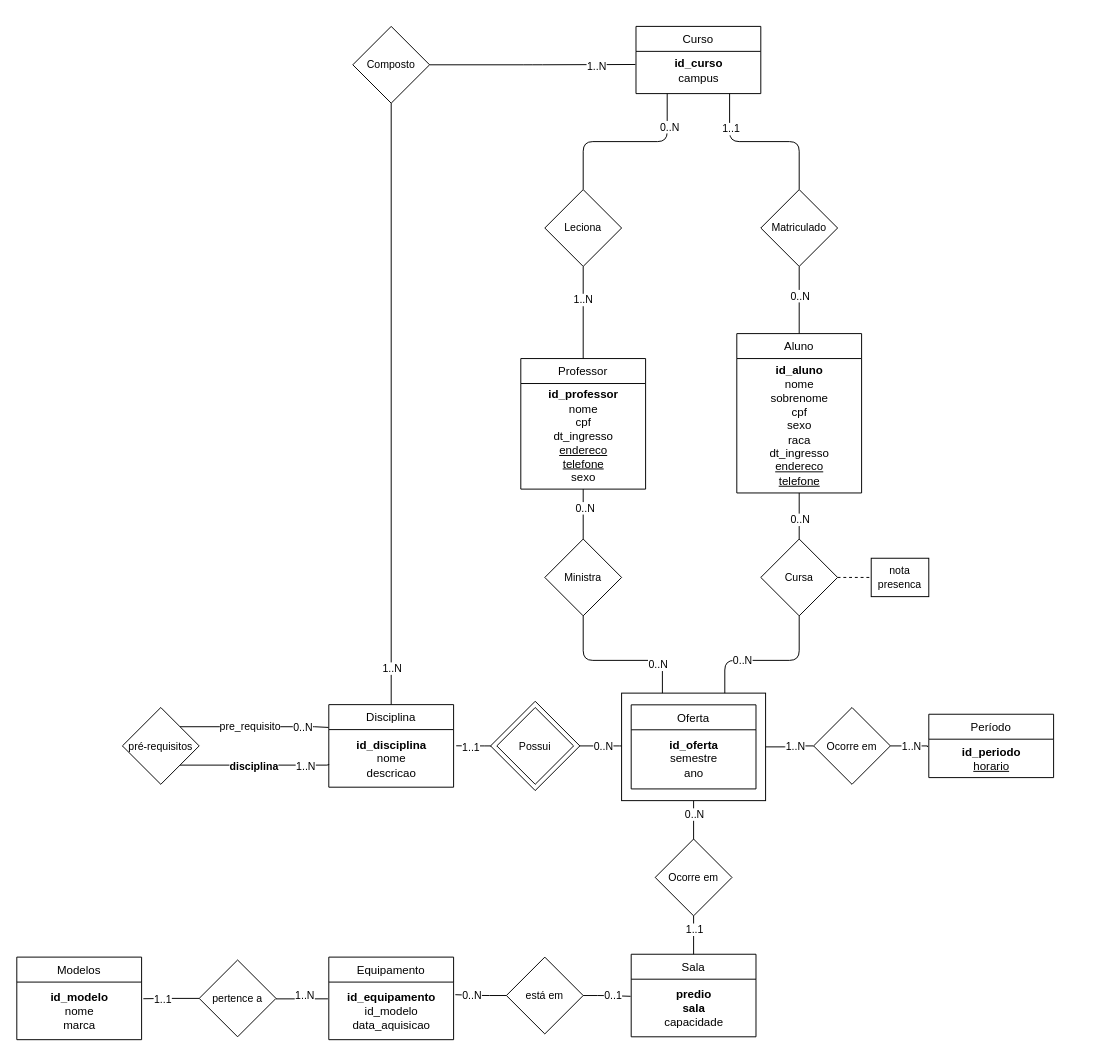
This is diagramas/src/modelo-entidade-relacional.drawio from lknupp/sistema-de-gestao-academico, a draw.io file, before an edit. Source tidied: cells renumbered, new cells numbered last; positions are measured from the earlier drawing's top-left corner, leaving out a move shared by most shapes. Both pictures are drawn from the tidied source at 96%, with x=0, y=0 at pixel (16, 26).
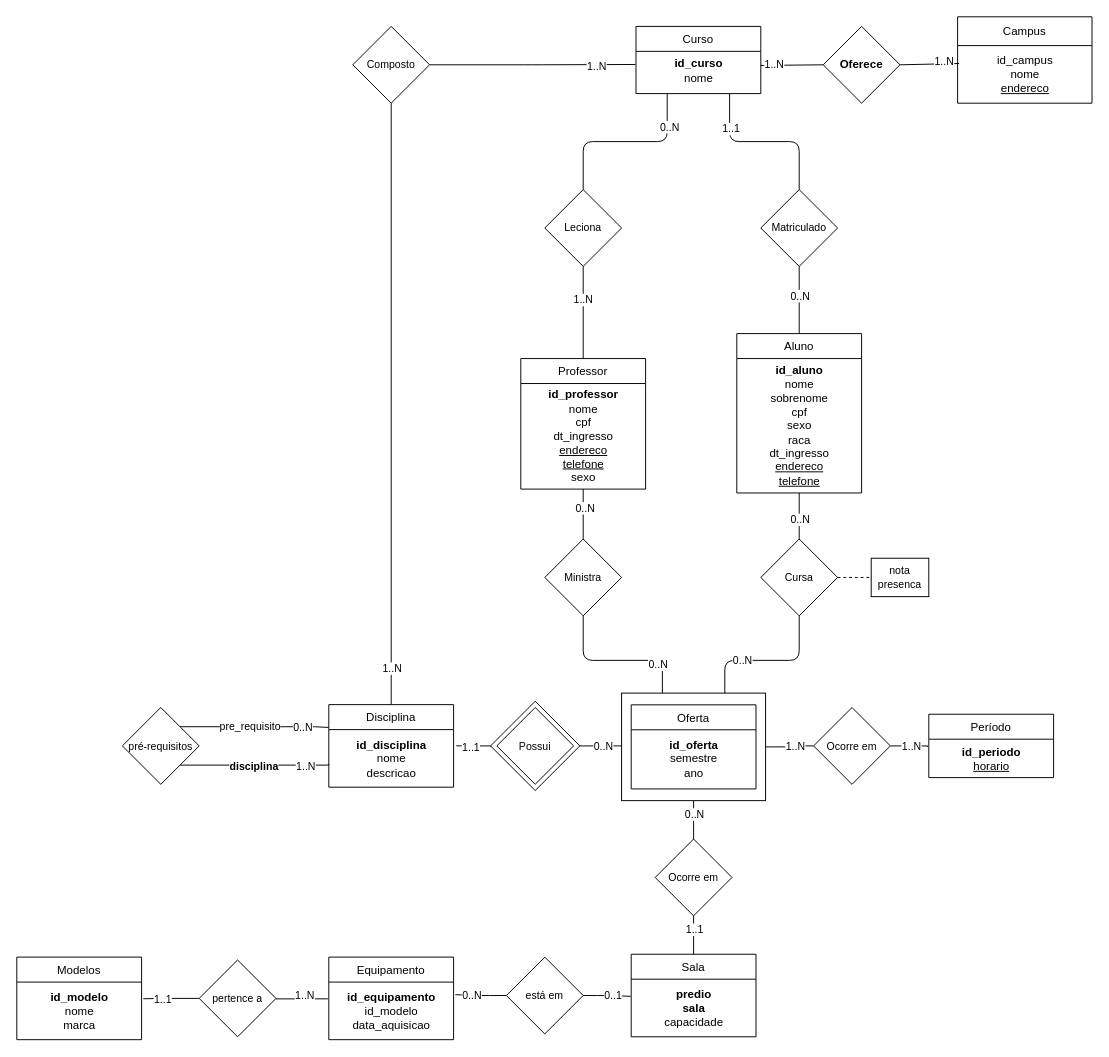
The same diagram, later.

Unchanged cells that the change refers to:
```xml
<mxCell id="2" value="Curso" style="swimlane;fontStyle=0;align=center;verticalAlign=top;horizontal=1;startSize=26;rounded=0;shadow=0;strokeWidth=1;swimlaneLine=1;" parent="1" vertex="1">
  <mxGeometry x="645" width="130" height="70" as="geometry" />
</mxCell>
```

Change to the diagram source:
```diff
@@
-    <mxCell id="3" value="&lt;div align=&quot;center&quot;&gt;&lt;b&gt;id_curso&lt;/b&gt;&lt;/div&gt;&lt;div align=&quot;center&quot;&gt;campus&lt;br&gt;&lt;/div&gt;" style="text;html=1;align=center;verticalAlign=middle;points=[];strokeColor=none;fillColor=none;" parent="2" vertex="1">
+    <mxCell id="3" value="&lt;div align=&quot;center&quot;&gt;&lt;b&gt;id_curso&lt;/b&gt;&lt;/div&gt;&lt;div align=&quot;center&quot;&gt;nome&lt;/div&gt;" style="text;html=1;align=center;verticalAlign=middle;points=[];strokeColor=none;fillColor=none;" parent="2" vertex="1">
       <mxGeometry y="26" width="130" height="40" as="geometry" />
     </mxCell>
@@
+    <mxCell id="83" value="Campus" style="swimlane;fontStyle=0;horizontal=1;startSize=30;whiteSpace=wrap;html=1;" parent="1" vertex="1">
+      <mxGeometry x="980" y="-10" width="140" height="90" as="geometry" />
+    </mxCell>
+    <mxCell id="84" value="id_campus&lt;br&gt;nome&lt;br&gt;&lt;u&gt;endereco&lt;/u&gt;" style="text;html=1;align=center;verticalAlign=middle;points=[];strokeColor=none;fillColor=none;" parent="83" vertex="1">
+      <mxGeometry y="30" width="140" height="60" as="geometry" />
+    </mxCell>
+    <mxCell id="85" value="Oferece" style="rhombus;whiteSpace=wrap;html=1;fontStyle=1;" parent="1" vertex="1">
+      <mxGeometry x="840" width="80" height="80" as="geometry" />
+    </mxCell>
+    <mxCell id="86" style="endArrow=none;html=1;exitX=1;exitY=0.5;exitDx=0;exitDy=0;entryX=0.011;entryY=0.311;entryDx=0;entryDy=0;entryPerimeter=0;" parent="1" edge="1" source="85" target="84">
+      <mxGeometry relative="1" as="geometry" />
+    </mxCell>
+    <mxCell id="87" value="1..N" style="edgeLabel;html=1;align=center;verticalAlign=middle;" parent="86" vertex="1">
+      <mxGeometry x="0.49" y="2" relative="1" as="geometry" />
+    </mxCell>
+    <mxCell id="88" style="endArrow=none;html=1;exitX=0.999;exitY=0.367;exitDx=0;exitDy=0;exitPerimeter=0;entryX=0;entryY=0.5;entryDx=0;entryDy=0;" parent="1" edge="1" source="3" target="85">
+      <mxGeometry relative="1" as="geometry" />
+    </mxCell>
+    <mxCell id="89" value="1..N" style="edgeLabel;html=1;align=center;verticalAlign=middle;" parent="88" vertex="1">
+      <mxGeometry x="-0.58" y="1" relative="1" as="geometry" />
+    </mxCell>
```
